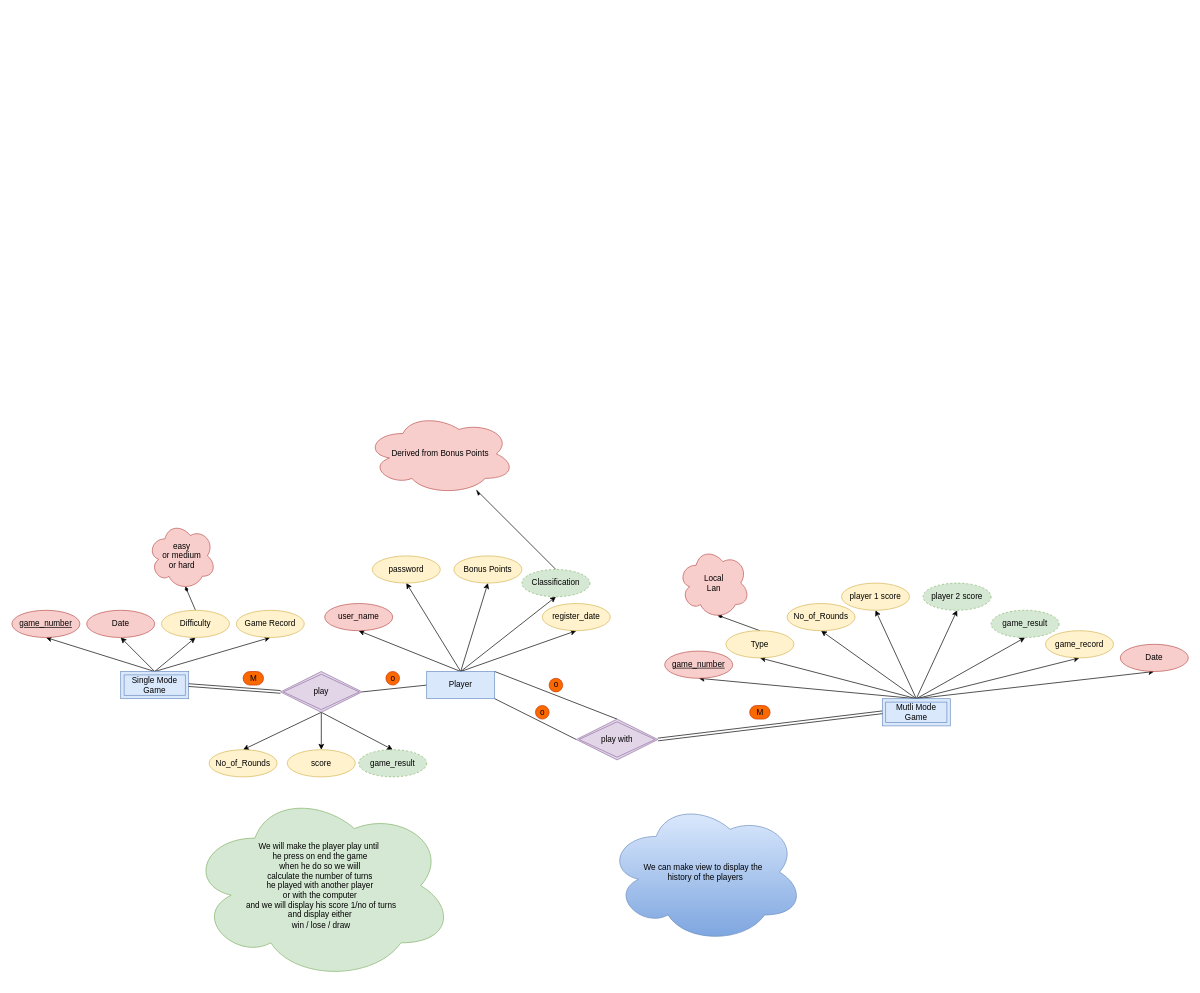
Earlier version of the draw.io diagram page "Final" (1 of 2) of 00 Project Materials/00 Database/00 ERD/TicTacToeERD.drawio (AymanxMohamed/Tick-Tac-Toe-Game). Source tidied: cells renumbered, new cells numbered last; positions are measured from the earlier drawing's top-left corner, leaving out a move shared by most shapes. Both pictures are drawn from the tidied source at 68%, with x=0, y=0 at pixel (12, 413).
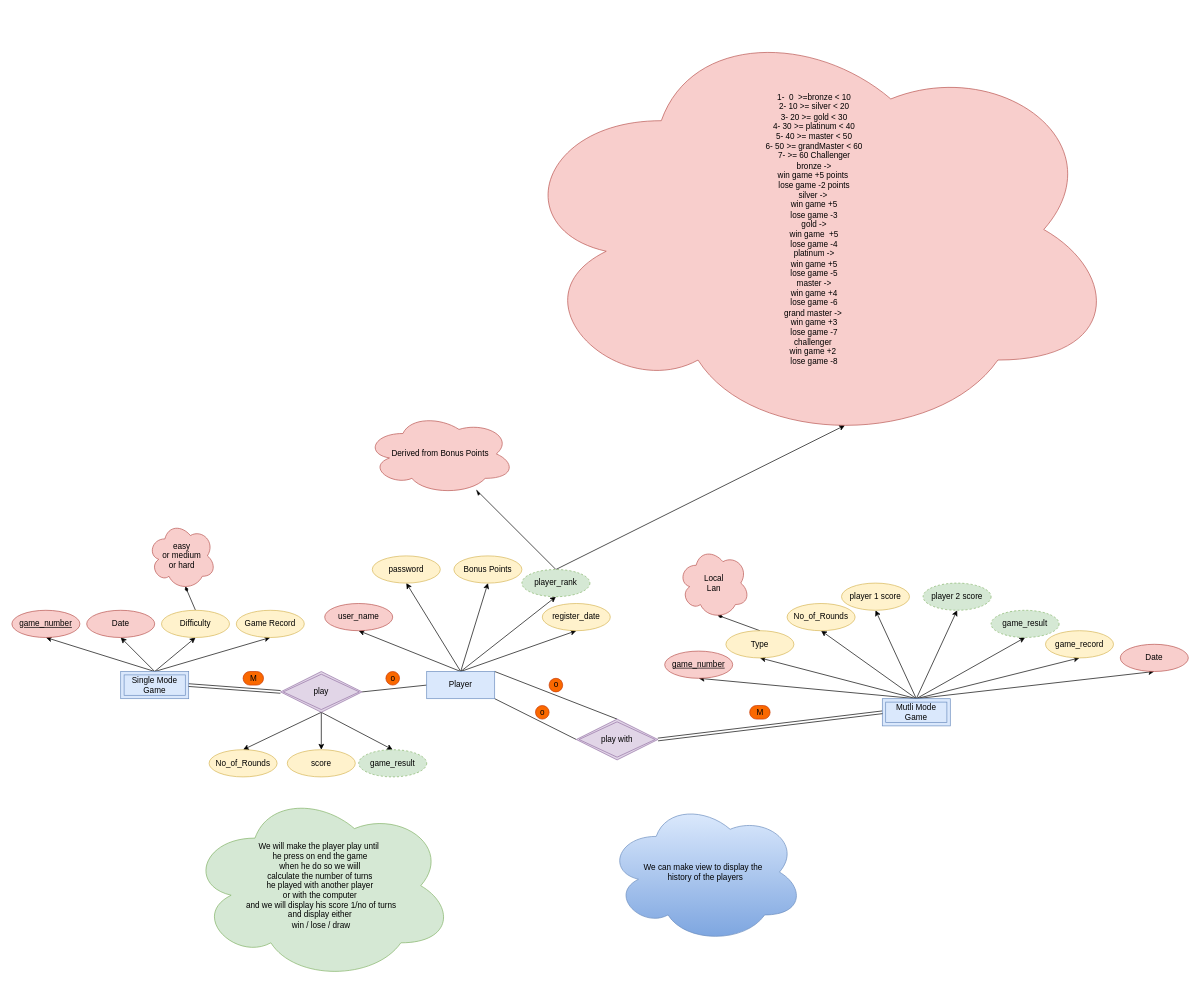
The same page after the edit.

Commit message (it also covers changes not shown here):
Editing database schema

Change to the diagram source:
```diff
@@
+    <mxCell id="66" style="rounded=0;jettySize=auto;html=1;exitX=0.5;exitY=0;exitDx=0;exitDy=0;entryX=0.55;entryY=0.95;entryDx=0;entryDy=0;entryPerimeter=0;" parent="1" edge="1" source="56" target="67">
+      <mxGeometry relative="1" as="geometry" />
+    </mxCell>
-    <mxCell id="56" value="Classification" style="ellipse;whiteSpace=wrap;html=1;align=center;dashed=1;rounded=0;shadow=0;glass=0;sketch=0;fillColor=#d5e8d4;strokeColor=#82b366;" parent="1" vertex="1">
+    <mxCell id="56" value="player_rank" style="ellipse;whiteSpace=wrap;html=1;align=center;dashed=1;rounded=0;shadow=0;glass=0;sketch=0;fillColor=#d5e8d4;strokeColor=#82b366;" parent="1" vertex="1">
       <mxGeometry x="750" y="230" width="100" height="40" as="geometry" />
     </mxCell>
@@
+    <mxCell id="67" value="1-&amp;nbsp; 0&amp;nbsp; &amp;gt;=bronze &amp;lt; 10&lt;br&gt;2- 10 &amp;gt;= silver &amp;lt; 20&lt;br&gt;3- 20 &amp;gt;= gold &amp;lt; 30&lt;br&gt;4- 30 &amp;gt;= platinum &amp;lt; 40&lt;br&gt;5- 40 &amp;gt;= master &amp;lt; 50&lt;br&gt;6- 50 &amp;gt;= grandMaster &amp;lt; 60&lt;br&gt;7- &amp;gt;= 60 Challenger&lt;br&gt;bronze -&amp;gt;&lt;br&gt;win game +5 points&amp;nbsp;&lt;br&gt;lose game -2 points&lt;br&gt;silver -&amp;gt;&amp;nbsp;&lt;br&gt;win game +5&lt;br&gt;lose game -3&lt;br&gt;gold -&amp;gt;&lt;br&gt;win game&amp;nbsp; +5&lt;br&gt;lose game -4&lt;br&gt;platinum -&amp;gt;&lt;br&gt;win game +5&lt;br&gt;lose game -5&lt;br&gt;master -&amp;gt;&lt;br&gt;win game +4&lt;br&gt;lose game -6&lt;br&gt;grand master -&amp;gt;&amp;nbsp;&lt;br&gt;win game +3&lt;br&gt;lose game -7&lt;br&gt;challenger&amp;nbsp;&lt;br&gt;win game +2&amp;nbsp;&lt;br&gt;lose game -8" style="ellipse;shape=cloud;whiteSpace=wrap;html=1;align=center;rounded=0;shadow=0;glass=0;sketch=0;fillColor=#f8cecc;strokeColor=#b85450;" parent="1" vertex="1">
+      <mxGeometry x="730" y="-590" width="900" height="640" as="geometry" />
+    </mxCell>
```
